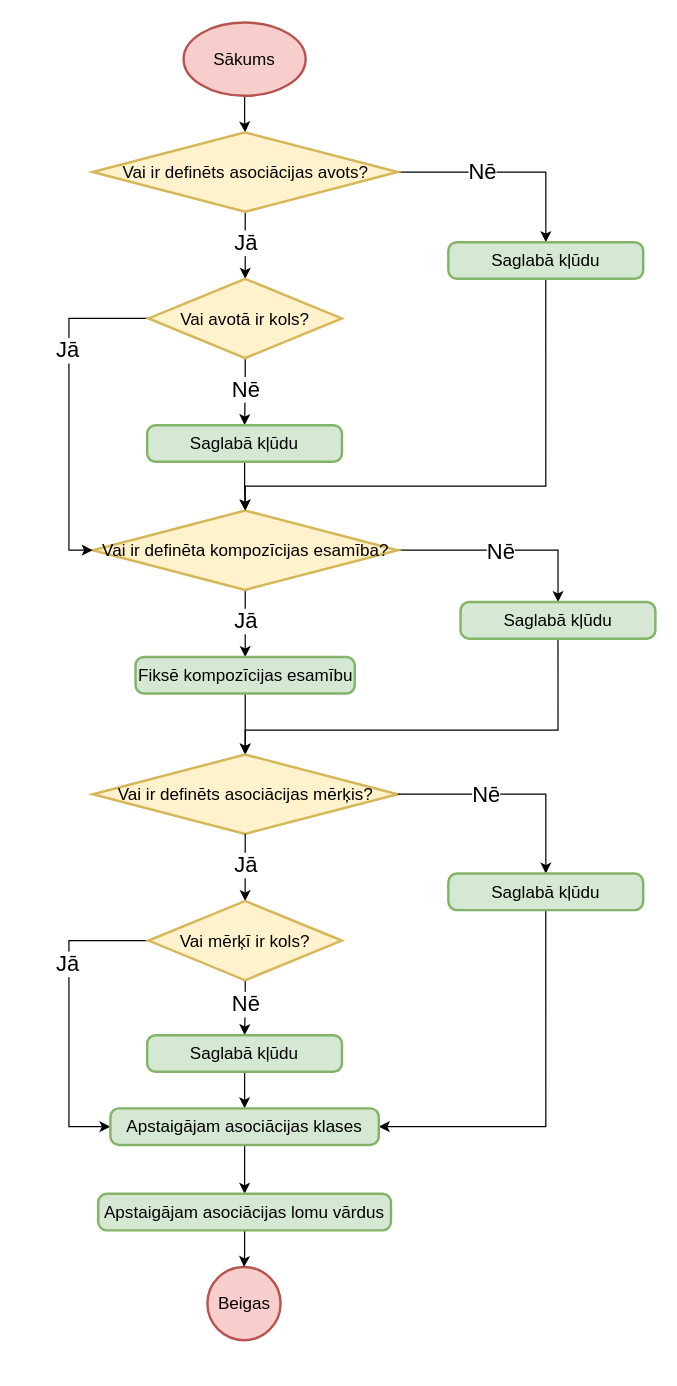
This is page "Kompilēt asociācijas definīciju" (2 of 4) of src/Kvalifikacijas darbs/Diagrammas/Kompilators/Asociācijas.drawio from artiks12/webAppOS, a draw.io file, before an edit. Source tidied: cells renumbered, new cells numbered last; positions are measured from the earlier drawing's top-left corner, leaving out a move shared by most shapes. Both pictures are drawn from the tidied source at 122%, with x=0, y=0 at pixel (68, 22).
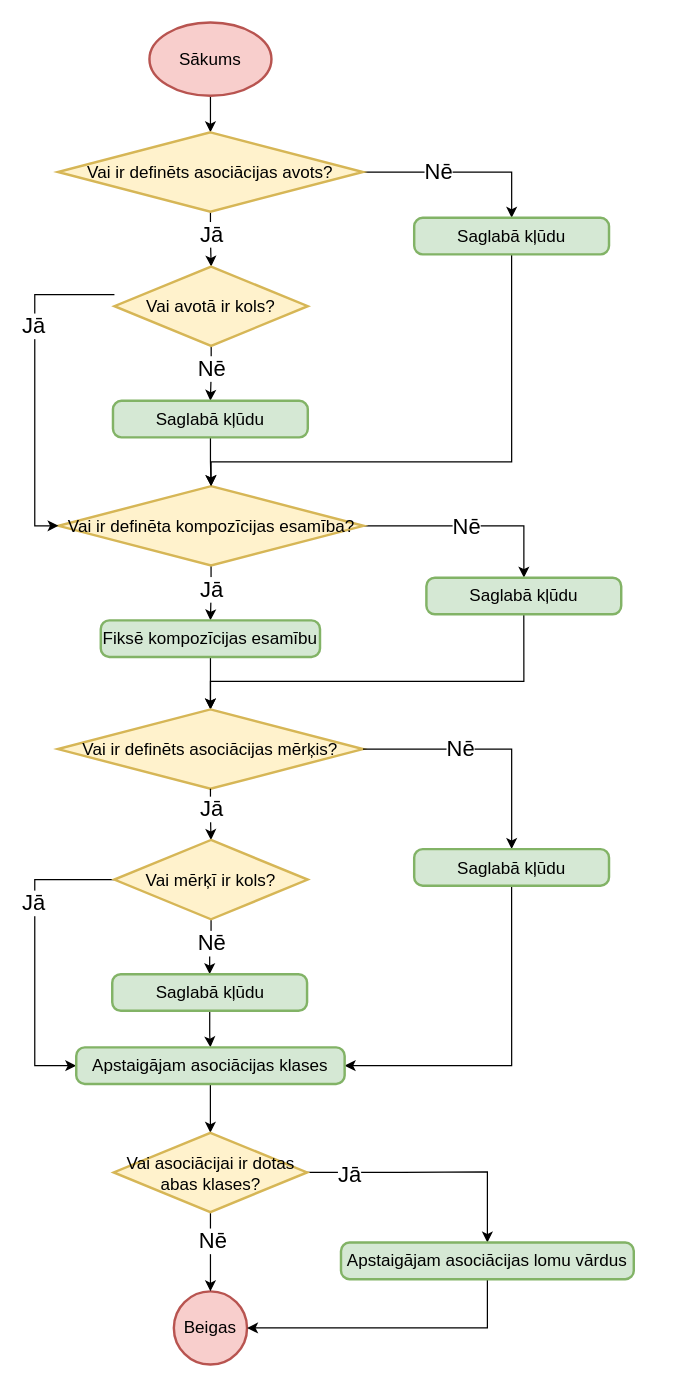
The same diagram, later.

The edit, as a diff of the source:
```diff
@@
     <mxCell id="3" value="Sākums" style="strokeWidth=2;html=1;shape=mxgraph.flowchart.start_1;whiteSpace=wrap;fontSize=14;fillColor=#f8cecc;strokeColor=#b85450;" parent="1" vertex="1">
-      <mxGeometry x="94" width="100" height="60" as="geometry" />
+      <mxGeometry x="66" width="100" height="60" as="geometry" />
     </mxCell>
@@
     <mxCell id="8" value="Vai ir definēts asociācijas avots?" style="strokeWidth=2;html=1;shape=mxgraph.flowchart.decision;whiteSpace=wrap;fontSize=14;fillColor=#fff2cc;strokeColor=#d6b656;" parent="1" vertex="1">
-      <mxGeometry x="19.5" y="90" width="250" height="65" as="geometry" />
+      <mxGeometry x="-9" y="90" width="250" height="65" as="geometry" />
     </mxCell>
     <mxCell id="9" style="edgeStyle=orthogonalEdgeStyle;rounded=0;jettySize=auto;html=1;fontSize=18;exitX=0.5;exitY=1;exitDx=0;exitDy=0;entryX=0.5;entryY=0;entryDx=0;entryDy=0;entryPerimeter=0;" parent="1" edge="1" source="10" target="14">
       <mxGeometry relative="1" as="geometry">
         <Array as="points">
-          <mxPoint x="391" y="380" />
-          <mxPoint x="145" y="380" />
+          <mxPoint x="363" y="360" />
+          <mxPoint x="117" y="360" />
         </Array>
       </mxGeometry>
     </mxCell>
     <mxCell id="10" value="Saglabā kļūdu" style="rounded=1;whiteSpace=wrap;html=1;absoluteArcSize=1;arcSize=14;strokeWidth=2;fontSize=14;fillColor=#d5e8d4;strokeColor=#82b366;" parent="1" vertex="1">
-      <mxGeometry x="311" y="180" width="159.7" height="30" as="geometry" />
+      <mxGeometry x="283" y="160" width="159.7" height="30" as="geometry" />
     </mxCell>
@@
     <mxCell id="14" value="Vai ir definēta kompozīcijas esamība?" style="strokeWidth=2;html=1;shape=mxgraph.flowchart.decision;whiteSpace=wrap;fontSize=14;fillColor=#fff2cc;strokeColor=#d6b656;" parent="1" vertex="1">
-      <mxGeometry x="19.5" y="400" width="250" height="65" as="geometry" />
+      <mxGeometry x="-8.5" y="380" width="250" height="65" as="geometry" />
     </mxCell>
     <mxCell id="15" style="edgeStyle=orthogonalEdgeStyle;rounded=0;jettySize=auto;html=1;entryX=0.5;entryY=0;entryDx=0;entryDy=0;entryPerimeter=0;fontSize=18;" parent="1" edge="1" source="16" target="20">
-      <mxGeometry relative="1" as="geometry" />
+      <mxGeometry relative="1" as="geometry">
+        <Array as="points">
+          <mxPoint x="116" y="550" />
+          <mxPoint x="116" y="550" />
+        </Array>
+      </mxGeometry>
     </mxCell>
     <mxCell id="16" value="Fiksē kompozīcijas esamību" style="rounded=1;whiteSpace=wrap;html=1;absoluteArcSize=1;arcSize=14;strokeWidth=2;fontSize=14;fillColor=#d5e8d4;strokeColor=#82b366;" parent="1" vertex="1">
-      <mxGeometry x="54.6" y="520" width="179.7" height="30" as="geometry" />
+      <mxGeometry x="26.1" y="490" width="179.7" height="30" as="geometry" />
     </mxCell>
     <mxCell id="17" value="Jā" style="edgeLabel;html=1;align=center;verticalAlign=middle;fontSize=18;" parent="1" vertex="1">
-      <mxGeometry x="144.5" y="490" as="geometry" />
+      <mxGeometry x="116.5" y="464" as="geometry" />
     </mxCell>
-    <mxCell id="18" style="edgeStyle=orthogonalEdgeStyle;rounded=0;jettySize=auto;html=1;fontSize=18;exitX=0.5;exitY=1;exitDx=0;exitDy=0;entryX=0.5;entryY=0;entryDx=0;entryDy=0;entryPerimeter=0;" parent="1" edge="1" source="19" target="20">
+    <mxCell id="18" style="edgeStyle=orthogonalEdgeStyle;rounded=0;jettySize=auto;html=1;fontSize=18;entryX=0.5;entryY=0;entryDx=0;entryDy=0;entryPerimeter=0;exitX=0.5;exitY=1;exitDx=0;exitDy=0;" parent="1" edge="1" source="19" target="20">
       <mxGeometry relative="1" as="geometry">
         <Array as="points">
-          <mxPoint x="401" y="580" />
-          <mxPoint x="145" y="580" />
+          <mxPoint x="373" y="540" />
+          <mxPoint x="116" y="540" />
         </Array>
       </mxGeometry>
     </mxCell>
     <mxCell id="19" value="Saglabā kļūdu" style="rounded=1;whiteSpace=wrap;html=1;absoluteArcSize=1;arcSize=14;strokeWidth=2;fontSize=14;fillColor=#d5e8d4;strokeColor=#82b366;" parent="1" vertex="1">
-      <mxGeometry x="321" y="475" width="159.7" height="30" as="geometry" />
+      <mxGeometry x="293" y="455" width="159.7" height="30" as="geometry" />
     </mxCell>
     <mxCell id="20" value="Vai ir definēts asociācijas mērķis?" style="strokeWidth=2;html=1;shape=mxgraph.flowchart.decision;whiteSpace=wrap;fontSize=14;fillColor=#fff2cc;strokeColor=#d6b656;" parent="1" vertex="1">
-      <mxGeometry x="19.5" y="600" width="250" height="65" as="geometry" />
+      <mxGeometry x="-9" y="563" width="250" height="65" as="geometry" />
     </mxCell>
@@
     <mxCell id="25" style="edgeStyle=orthogonalEdgeStyle;rounded=0;jettySize=auto;html=1;entryX=1;entryY=0.5;entryDx=0;entryDy=0;fontSize=18;exitX=0.5;exitY=1;exitDx=0;exitDy=0;" parent="1" edge="1" source="26" target="43">
-      <mxGeometry relative="1" as="geometry" />
+      <mxGeometry relative="1" as="geometry">
+        <Array as="points">
+          <mxPoint x="363" y="855" />
+        </Array>
+      </mxGeometry>
     </mxCell>
     <mxCell id="26" value="Saglabā kļūdu" style="rounded=1;whiteSpace=wrap;html=1;absoluteArcSize=1;arcSize=14;strokeWidth=2;fontSize=14;fillColor=#d5e8d4;strokeColor=#82b366;" parent="1" vertex="1">
-      <mxGeometry x="311" y="697.5" width="159.7" height="30" as="geometry" />
+      <mxGeometry x="283" y="677.5" width="159.7" height="30" as="geometry" />
     </mxCell>
@@
     <mxCell id="28" style="edgeStyle=orthogonalEdgeStyle;rounded=0;jettySize=auto;html=1;entryX=0;entryY=0.5;entryDx=0;entryDy=0;entryPerimeter=0;" parent="1" edge="1" source="30" target="14">
       <mxGeometry relative="1" as="geometry">
         <Array as="points">
-          <mxPoint y="243" />
-          <mxPoint y="433" />
+          <mxPoint x="-28" y="223" />
+          <mxPoint x="-28" y="413" />
         </Array>
       </mxGeometry>
     </mxCell>
@@
     <mxCell id="30" value="Vai avotā ir kols?" style="strokeWidth=2;html=1;shape=mxgraph.flowchart.decision;whiteSpace=wrap;fontSize=14;fillColor=#fff2cc;strokeColor=#d6b656;" parent="1" vertex="1">
-      <mxGeometry x="65.2" y="210" width="158.5" height="65" as="geometry" />
+      <mxGeometry x="37.3" y="200" width="158.5" height="65" as="geometry" />
     </mxCell>
@@
     <mxCell id="32" value="Saglabā kļūdu" style="rounded=1;whiteSpace=wrap;html=1;absoluteArcSize=1;arcSize=14;strokeWidth=2;fontSize=14;fillColor=#d5e8d4;strokeColor=#82b366;" parent="1" vertex="1">
-      <mxGeometry x="64.1" y="330" width="159.7" height="30" as="geometry" />
+      <mxGeometry x="36.1" y="310" width="159.7" height="30" as="geometry" />
     </mxCell>
     <mxCell id="33" value="Nē" style="edgeLabel;html=1;align=center;verticalAlign=middle;fontSize=18;" parent="1" vertex="1">
-      <mxGeometry x="144" y="300" as="geometry" />
+      <mxGeometry x="116" y="283" as="geometry" />
     </mxCell>
@@
     <mxCell id="35" style="edgeStyle=orthogonalEdgeStyle;rounded=0;jettySize=auto;html=1;entryX=0;entryY=0.5;entryDx=0;entryDy=0;" parent="1" edge="1" source="37" target="43">
       <mxGeometry relative="1" as="geometry">
         <Array as="points">
-          <mxPoint y="753" />
-          <mxPoint y="905" />
+          <mxPoint x="-28" y="703" />
+          <mxPoint x="-28" y="855" />
         </Array>
       </mxGeometry>
     </mxCell>
@@
     <mxCell id="37" value="Vai mērķī ir kols?" style="strokeWidth=2;html=1;shape=mxgraph.flowchart.decision;whiteSpace=wrap;fontSize=14;fillColor=#fff2cc;strokeColor=#d6b656;" parent="1" vertex="1">
-      <mxGeometry x="65.2" y="720" width="158.5" height="65" as="geometry" />
+      <mxGeometry x="37.2" y="670" width="158.5" height="65" as="geometry" />
     </mxCell>
@@
     <mxCell id="39" value="Saglabā kļūdu" style="rounded=1;whiteSpace=wrap;html=1;absoluteArcSize=1;arcSize=14;strokeWidth=2;fontSize=14;fillColor=#d5e8d4;strokeColor=#82b366;" parent="1" vertex="1">
-      <mxGeometry x="64.1" y="830" width="159.7" height="30" as="geometry" />
+      <mxGeometry x="35.5" y="780" width="159.7" height="30" as="geometry" />
     </mxCell>
     <mxCell id="40" value="Nē" style="edgeLabel;html=1;align=center;verticalAlign=middle;fontSize=18;" parent="1" vertex="1">
-      <mxGeometry x="144" y="804" as="geometry" />
+      <mxGeometry x="116" y="754" as="geometry" />
     </mxCell>
-    <mxCell id="41" value="Beigas" style="strokeWidth=2;html=1;shape=mxgraph.flowchart.start_2;whiteSpace=wrap;fontSize=14;fillColor=#f8cecc;strokeColor=#b85450;" parent="1" vertex="1">
-      <mxGeometry x="113.5" y="1020" width="60" height="60" as="geometry" />
-    </mxCell>
-    <mxCell id="42" style="edgeStyle=orthogonalEdgeStyle;rounded=0;jettySize=auto;html=1;entryX=0.5;entryY=0;entryDx=0;entryDy=0;" parent="1" edge="1" source="43" target="45">
+    <mxCell id="42" style="edgeStyle=orthogonalEdgeStyle;rounded=0;jettySize=auto;html=1;entryX=0.5;entryY=0;entryDx=0;entryDy=0;entryPerimeter=0;" parent="1" edge="1" source="43" target="50">
       <mxGeometry relative="1" as="geometry" />
     </mxCell>
     <mxCell id="43" value="Apstaigājam asociācijas klases" style="rounded=1;whiteSpace=wrap;html=1;absoluteArcSize=1;arcSize=14;strokeWidth=2;fontSize=14;fillColor=#d5e8d4;strokeColor=#82b366;" parent="1" vertex="1">
-      <mxGeometry x="34" y="890" width="220" height="30" as="geometry" />
+      <mxGeometry x="6" y="840" width="220" height="30" as="geometry" />
     </mxCell>
+    <mxCell id="41" value="Beigas" style="strokeWidth=2;html=1;shape=mxgraph.flowchart.start_2;whiteSpace=wrap;fontSize=14;fillColor=#f8cecc;strokeColor=#b85450;" parent="1" vertex="1">
+      <mxGeometry x="86" y="1040" width="60" height="60" as="geometry" />
+    </mxCell>
+    <mxCell id="46" style="edgeStyle=orthogonalEdgeStyle;rounded=0;jettySize=auto;html=1;entryX=0.5;entryY=0;entryDx=0;entryDy=0;entryPerimeter=0;" parent="1" edge="1" source="50" target="41">
+      <mxGeometry relative="1" as="geometry" />
+    </mxCell>
+    <mxCell id="47" value="&lt;font style=&quot;font-size: 18px&quot;&gt;Nē&lt;/font&gt;" style="edgeLabel;html=1;align=center;verticalAlign=middle;" parent="46" vertex="1">
+      <mxGeometry x="-0.3" y="1" relative="1" as="geometry" />
+    </mxCell>
+    <mxCell id="48" style="edgeStyle=orthogonalEdgeStyle;rounded=0;jettySize=auto;html=1;entryX=0.5;entryY=0;entryDx=0;entryDy=0;fontSize=18;" parent="1" edge="1" source="50" target="45">
+      <mxGeometry relative="1" as="geometry">
+        <Array as="points">
+          <mxPoint x="273" y="942" />
+          <mxPoint x="323" y="942" />
+        </Array>
+      </mxGeometry>
+    </mxCell>
+    <mxCell id="49" value="Jā" style="edgeLabel;html=1;align=center;verticalAlign=middle;fontSize=18;" parent="48" vertex="1">
+      <mxGeometry x="-0.67" y="-2" relative="1" as="geometry" />
+    </mxCell>
+    <mxCell id="50" value="Vai asociācijai ir dotas abas klases?" style="strokeWidth=2;html=1;shape=mxgraph.flowchart.decision;whiteSpace=wrap;fontSize=14;fillColor=#fff2cc;strokeColor=#d6b656;" parent="1" vertex="1">
+      <mxGeometry x="36.7" y="910" width="158.5" height="65" as="geometry" />
+    </mxCell>
-    <mxCell id="44" style="edgeStyle=orthogonalEdgeStyle;rounded=0;jettySize=auto;html=1;" parent="1" edge="1" source="45" target="41">
+    <mxCell id="44" style="edgeStyle=orthogonalEdgeStyle;rounded=0;jettySize=auto;html=1;entryX=1;entryY=0.5;entryDx=0;entryDy=0;entryPerimeter=0;fontSize=18;exitX=0.5;exitY=1;exitDx=0;exitDy=0;" parent="1" edge="1" source="45" target="41">
       <mxGeometry relative="1" as="geometry" />
     </mxCell>
     <mxCell id="45" value="Apstaigājam asociācijas lomu vārdus" style="rounded=1;whiteSpace=wrap;html=1;absoluteArcSize=1;arcSize=14;strokeWidth=2;fontSize=14;fillColor=#d5e8d4;strokeColor=#82b366;" parent="1" vertex="1">
-      <mxGeometry x="24" y="960" width="240" height="30" as="geometry" />
+      <mxGeometry x="223" y="1000" width="240" height="30" as="geometry" />
     </mxCell>
```
